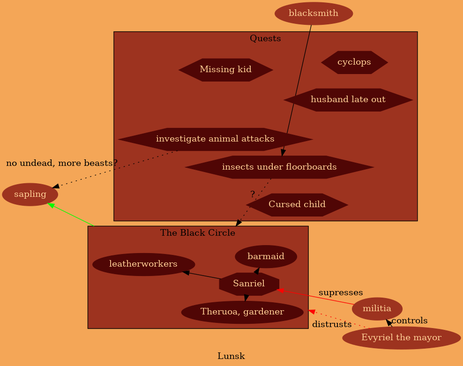
Earlier version of the Graphviz export Etharis/lunsk.png (lupus117/dnd-notes). Its source is kept beside it as Etharis/lunsk.gv.
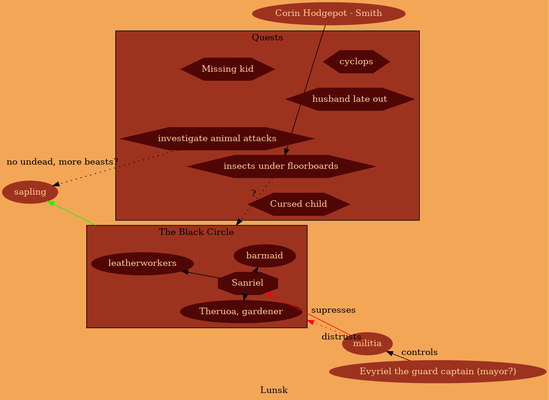
After the commit.

Change to the diagram source:
```diff
@@ -5,8 +5,8 @@
 node [style = filled, color="#9d331f", fontcolor="#ffcd94"];
 
 
-mayor [label = "Evyriel the mayor"]
-blacksmith
+evyriel [label = "Evyriel the guard captain (mayor?)"]
+blacksmith [label="Corin Hodgepot - Smith"]
 
 	subgraph cluster0 {
 	node [style = filled, color="#500605", fontcolor="#ffcd94"];
@@ -37,9 +37,9 @@
 	}
 
 
-mayor -> militia [label="controls"];
+evyriel -> militia [label="controls"];
 militia -> {sanriel} [label="supresses", color="red"];
-mayor -> cluster0 [color="red", label="distrusts", style="dotted"];
+evyriel -> cluster0 [color="red", label="distrusts", style="dotted"];
 cluster0 -> sapling [color="green"]
 blacksmith -> scratch
 animals -> {sapling} [label="no undead, more beasts?", style="dotted"]
```
